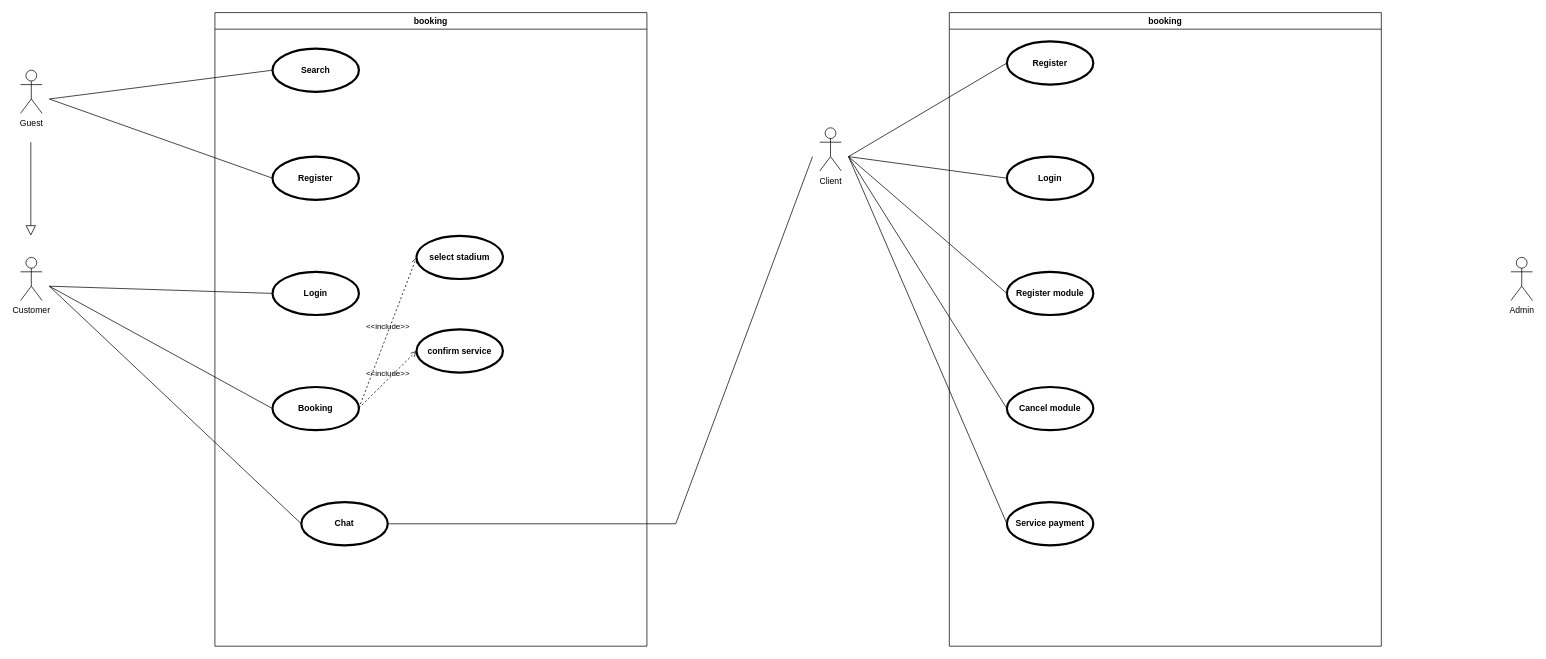
Earlier version of the draw.io diagram booking.drawio (vanbjnbjn/usecase). Source tidied: cells renumbered, new cells numbered last; positions are measured from the earlier drawing's top-left corner, leaving out a move shared by most shapes. Both pictures are drawn from the tidied source at 72%, with x=0, y=0 at pixel (20, 12).
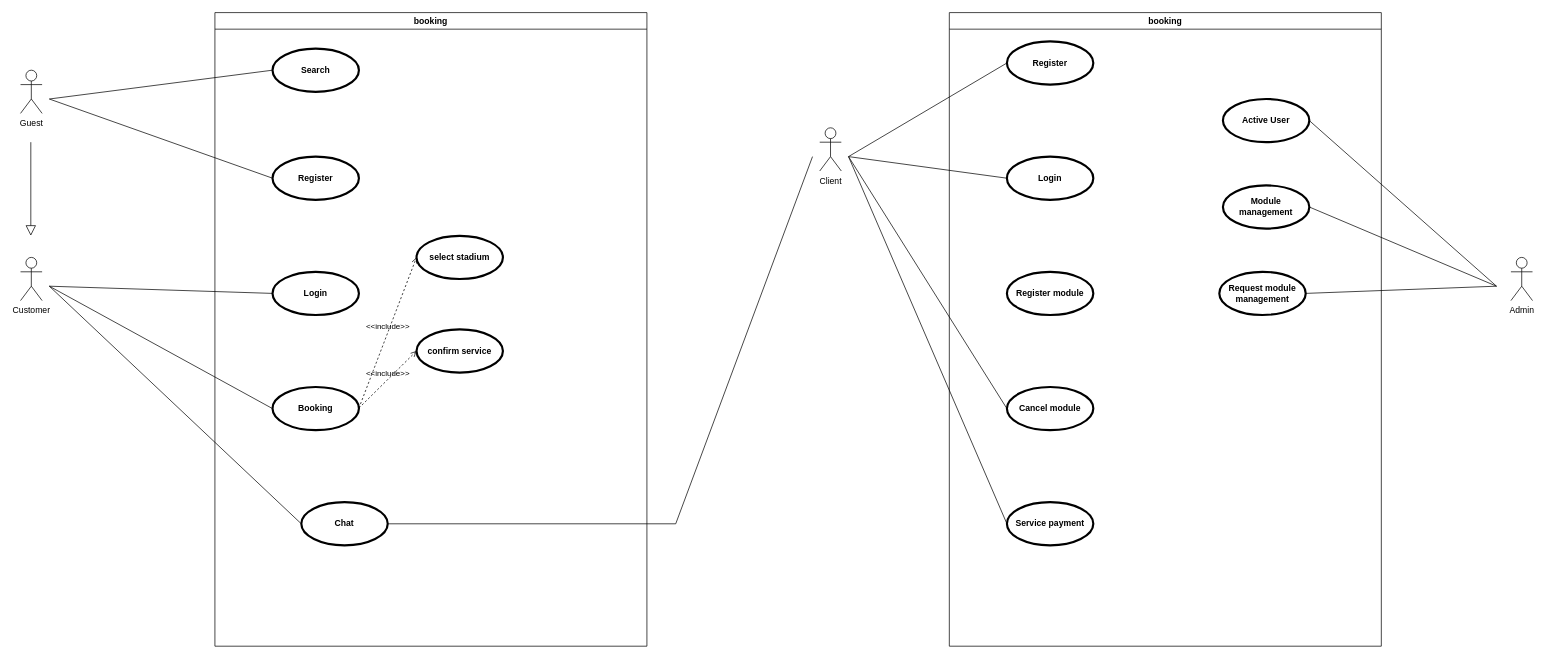
After the change.

The change refers to these unchanged cells:
```xml
<mxCell id="23" value="booking" style="swimlane;whiteSpace=wrap;html=1;" parent="1" vertex="1">
  <mxGeometry x="1290" width="600" height="880" as="geometry" />
</mxCell>
<mxCell id="25" value="Register module" style="shape=ellipse;html=1;strokeWidth=3;fontStyle=1;whiteSpace=wrap;align=center;perimeter=ellipsePerimeter;" parent="23" vertex="1">
  <mxGeometry x="80" y="360" width="120" height="60" as="geometry" />
</mxCell>
```

Diff of the diagram source:
```diff
@@
+    <mxCell id="34" value="Active User" style="shape=ellipse;html=1;strokeWidth=3;fontStyle=1;whiteSpace=wrap;align=center;perimeter=ellipsePerimeter;" parent="23" vertex="1">
+      <mxGeometry x="380" y="120" width="120" height="60" as="geometry" />
+    </mxCell>
+    <mxCell id="35" value="Module management" style="shape=ellipse;html=1;strokeWidth=3;fontStyle=1;whiteSpace=wrap;align=center;perimeter=ellipsePerimeter;" parent="23" vertex="1">
+      <mxGeometry x="380" y="240" width="120" height="60" as="geometry" />
+    </mxCell>
+    <mxCell id="36" value="Request module management" style="shape=ellipse;html=1;strokeWidth=3;fontStyle=1;whiteSpace=wrap;align=center;perimeter=ellipsePerimeter;" parent="23" vertex="1">
+      <mxGeometry x="375" y="360" width="120" height="60" as="geometry" />
+    </mxCell>
+    <mxCell id="31" style="edgeStyle=none;html=1;endArrow=none;verticalAlign=bottom;rounded=0;exitX=1;exitY=0.5;exitDx=0;exitDy=0;" parent="23" edge="1" source="34">
+      <mxGeometry relative="1" as="geometry">
+        <mxPoint x="760" y="380" as="targetPoint" />
+      </mxGeometry>
+    </mxCell>
@@
-    <mxCell id="31" style="edgeStyle=none;html=1;endArrow=none;verticalAlign=bottom;rounded=0;entryX=0;entryY=0.5;entryDx=0;entryDy=0;" parent="1" edge="1" target="25">
-      <mxGeometry relative="1" as="geometry">
-        <mxPoint x="1150" y="200" as="sourcePoint" />
-      </mxGeometry>
-    </mxCell>
@@
+    <mxCell id="37" style="edgeStyle=none;html=1;endArrow=none;verticalAlign=bottom;rounded=0;exitX=1;exitY=0.5;exitDx=0;exitDy=0;" parent="1" edge="1" source="35">
+      <mxGeometry relative="1" as="geometry">
+        <mxPoint x="2050" y="380" as="targetPoint" />
+      </mxGeometry>
+    </mxCell>
+    <mxCell id="38" style="edgeStyle=none;html=1;endArrow=none;verticalAlign=bottom;rounded=0;exitX=1;exitY=0.5;exitDx=0;exitDy=0;" parent="1" edge="1" source="36">
+      <mxGeometry relative="1" as="geometry">
+        <mxPoint x="2050" y="380" as="targetPoint" />
+      </mxGeometry>
+    </mxCell>
```
